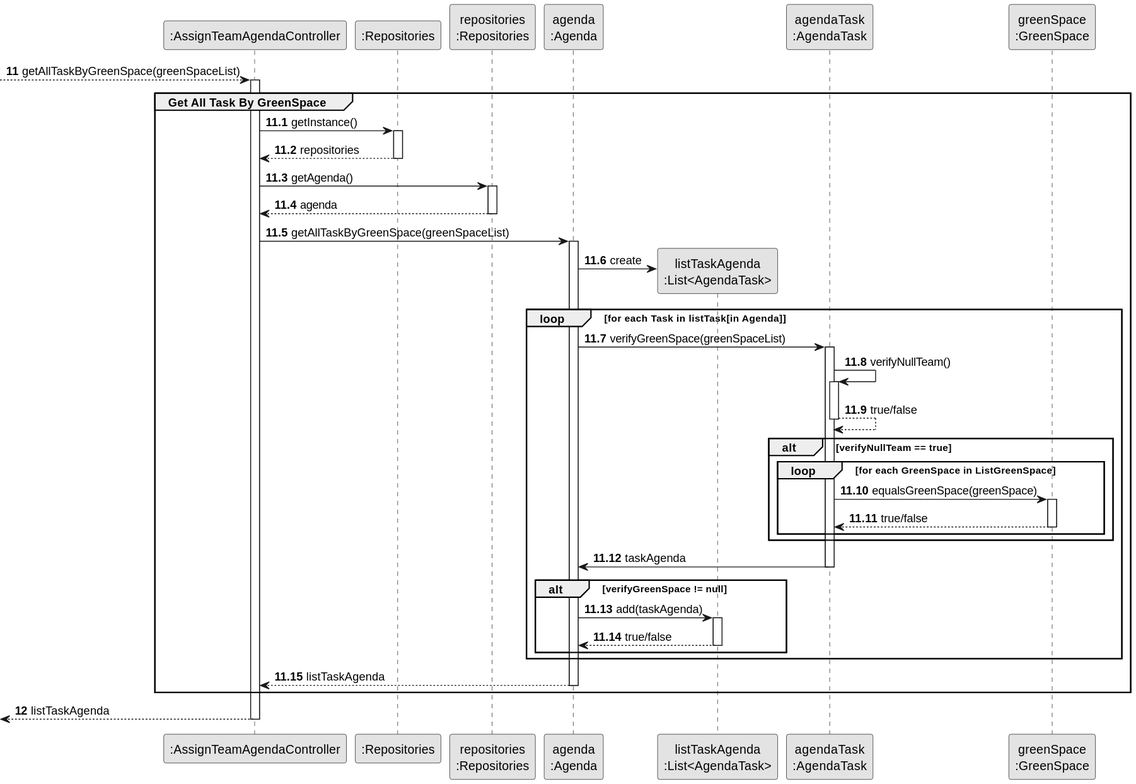
Above: docs/sprint3/us23/03.design/svg/us23-partial-sequence-diagram-get-all-GreenSpace-By-GSM.svg in Departamento-de-Engenharia-Informatica/lei-24-s2-1db-g022 (PlantUML), before the change.
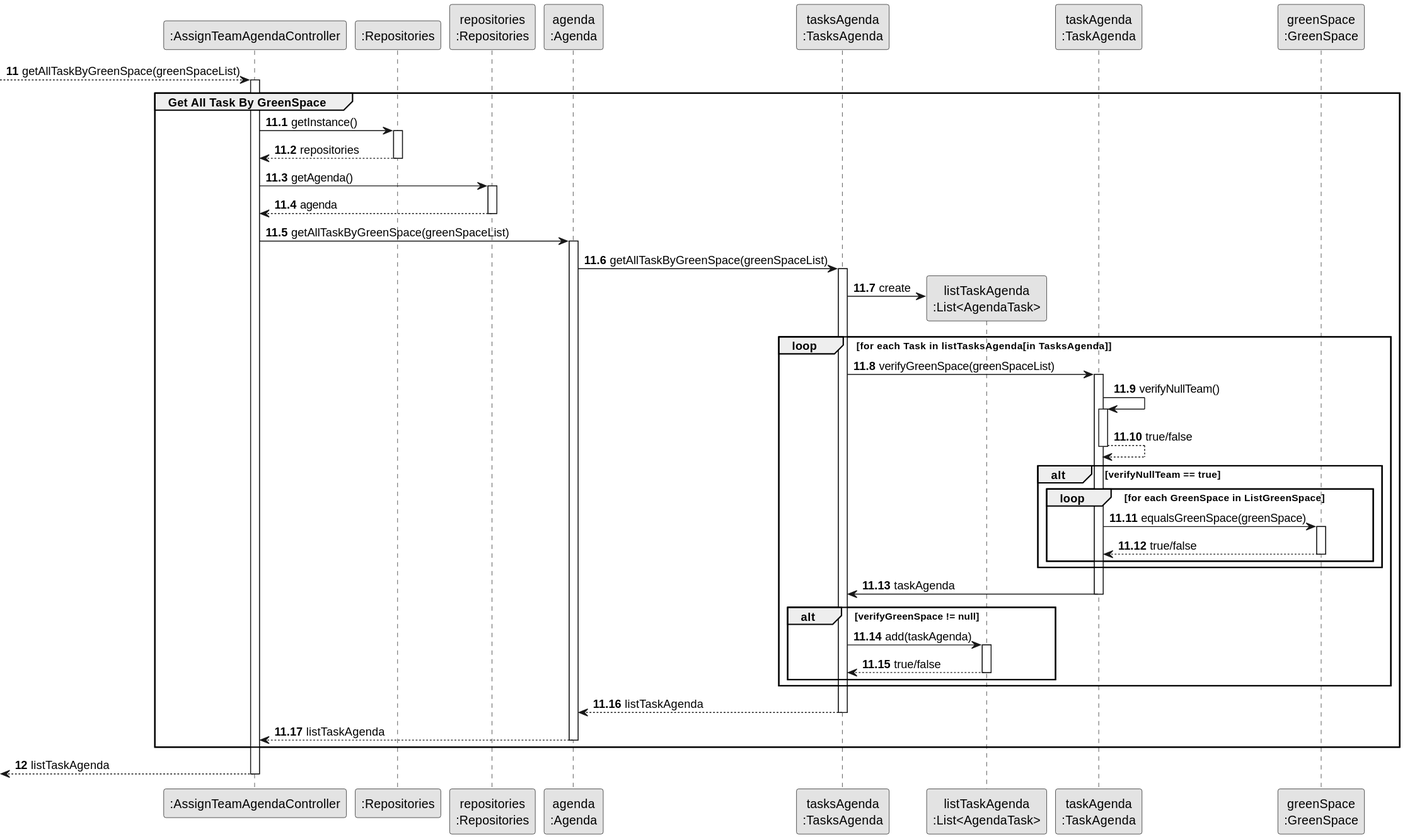
After the commit.

Change to the diagram source:
```diff
@@ -7,8 +7,9 @@
 participant ":Repositories" as RepositorySingleton
 participant "repositories\n:Repositories" as PLAT
 participant "agenda\n:Agenda" as AGENDA
+participant "tasksAgenda\n:TasksAgenda" as TASKSAGENDA
 participant "listTaskAgenda\n:List<AgendaTask>" as LSTASK
-participant "agendaTask\n:AgendaTask" as TASK
+participant "taskAgenda\n:TaskAgenda" as TASK
 participant "greenSpace\n:GreenSpace" as GREENSPACE
 
 autonumber 11
@@ -39,14 +40,17 @@
 
 CTRL -> AGENDA : getAllTaskByGreenSpace(greenSpaceList)
 
-
 activate AGENDA
 
-AGENDA -> LSTASK** : create
+AGENDA -> TASKSAGENDA : getAllTaskByGreenSpace(greenSpaceList)
 
-loop for each Task in listTask[in Agenda]
+activate TASKSAGENDA
 
-AGENDA -> TASK : verifyGreenSpace(greenSpaceList)
+TASKSAGENDA -> LSTASK** : create
+
+loop for each Task in listTasksAgenda[in TasksAgenda]
+
+TASKSAGENDA -> TASK : verifyGreenSpace(greenSpaceList)
 
 activate TASK
 
@@ -73,23 +77,27 @@
 end
 
 end
-TASK -> AGENDA : taskAgenda
+TASK -> TASKSAGENDA : taskAgenda
 
 deactivate TASK
 
 alt verifyGreenSpace != null
 
-AGENDA -> LSTASK : add(taskAgenda)
+TASKSAGENDA -> LSTASK : add(taskAgenda)
 
 activate LSTASK
 
-LSTASK --> AGENDA : true/false
+LSTASK --> TASKSAGENDA : true/false
 
 deactivate LSTASK
 
 end
 
 end
+
+TASKSAGENDA --> AGENDA : listTaskAgenda
+
+deactivate TASKSAGENDA
 
 AGENDA --> CTRL : listTaskAgenda
 
```
